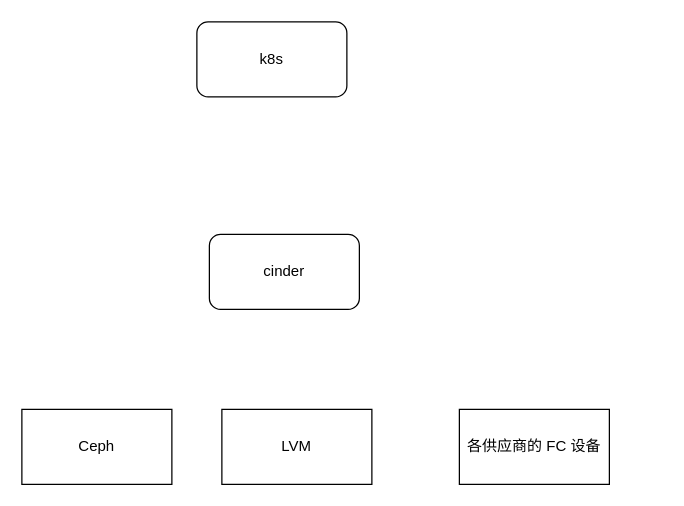
Above: pictures/oid.drawio in jeffyjf/drawio (draw.io), before the change. Source tidied: cells renumbered, new cells numbered last; positions are measured from the earlier drawing's top-left corner, leaving out a move shared by most shapes. Both pictures are drawn from the tidied source at 125%, with x=0, y=0 at pixel (21, 21).
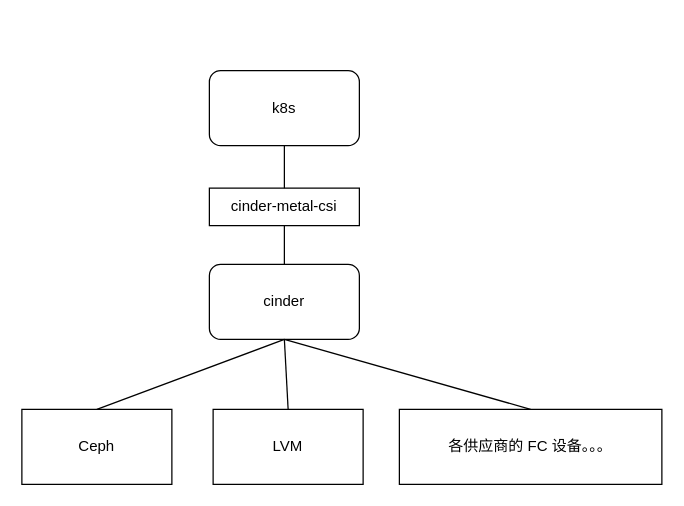
Above is the later version.

Diff of the diagram source:
```diff
@@
 <mxGraphModel>
   <root>
     <mxCell id="0" />
     <mxCell id="1" parent="0" />
     <mxCell id="2" value="k8s" style="rounded=1;whiteSpace=wrap;html=1;" parent="1" vertex="1">
-      <mxGeometry x="140" width="120" height="60" as="geometry" />
+      <mxGeometry x="150" y="39" width="120" height="60" as="geometry" />
     </mxCell>
     <mxCell id="3" value="cinder" style="rounded=1;whiteSpace=wrap;html=1;" parent="1" vertex="1">
-      <mxGeometry x="150" y="170" width="120" height="60" as="geometry" />
+      <mxGeometry x="150" y="194" width="120" height="60" as="geometry" />
     </mxCell>
     <mxCell id="4" value="Ceph" style="rounded=0;whiteSpace=wrap;html=1;" parent="1" vertex="1">
       <mxGeometry y="310" width="120" height="60" as="geometry" />
     </mxCell>
     <mxCell id="5" value="LVM" style="rounded=0;whiteSpace=wrap;html=1;" parent="1" vertex="1">
-      <mxGeometry x="160" y="310" width="120" height="60" as="geometry" />
+      <mxGeometry x="153" y="310" width="120" height="60" as="geometry" />
     </mxCell>
-    <mxCell id="6" value="各供应商的 FC 设备" style="rounded=0;whiteSpace=wrap;html=1;" parent="1" vertex="1">
-      <mxGeometry x="350" y="310" width="120" height="60" as="geometry" />
+    <mxCell id="6" value="各供应商的 FC 设备。。。" style="rounded=0;whiteSpace=wrap;html=1;" parent="1" vertex="1">
+      <mxGeometry x="302" y="310" width="210" height="60" as="geometry" />
     </mxCell>
+    <mxCell id="7" value="cinder-metal-csi" style="rounded=0;whiteSpace=wrap;html=1;" parent="1" vertex="1">
+      <mxGeometry x="150" y="133" width="120" height="30" as="geometry" />
+    </mxCell>
+    <mxCell id="8" style="endArrow=none;html=1;rounded=0;entryX=0.5;entryY=1;entryDx=0;entryDy=0;exitX=0.5;exitY=0;exitDx=0;exitDy=0;" parent="1" edge="1" source="7" target="2">
+      <mxGeometry relative="1" as="geometry" />
+    </mxCell>
+    <mxCell id="9" style="endArrow=none;html=1;rounded=0;entryX=0.5;entryY=1;entryDx=0;entryDy=0;exitX=0.5;exitY=0;exitDx=0;exitDy=0;" parent="1" edge="1" source="3" target="7">
+      <mxGeometry relative="1" as="geometry" />
+    </mxCell>
+    <mxCell id="10" style="endArrow=none;html=1;rounded=0;entryX=0.5;entryY=1;entryDx=0;entryDy=0;exitX=0.5;exitY=0;exitDx=0;exitDy=0;" parent="1" edge="1" source="4" target="3">
+      <mxGeometry relative="1" as="geometry" />
+    </mxCell>
+    <mxCell id="11" style="endArrow=none;html=1;rounded=0;entryX=0.5;entryY=0;entryDx=0;entryDy=0;exitX=0.5;exitY=1;exitDx=0;exitDy=0;" parent="1" edge="1" source="3" target="5">
+      <mxGeometry relative="1" as="geometry" />
+    </mxCell>
+    <mxCell id="12" style="endArrow=none;html=1;rounded=0;entryX=0.5;entryY=0;entryDx=0;entryDy=0;exitX=0.5;exitY=1;exitDx=0;exitDy=0;" parent="1" edge="1" source="3" target="6">
+      <mxGeometry relative="1" as="geometry" />
+    </mxCell>
   </root>
 </mxGraphModel>
```
